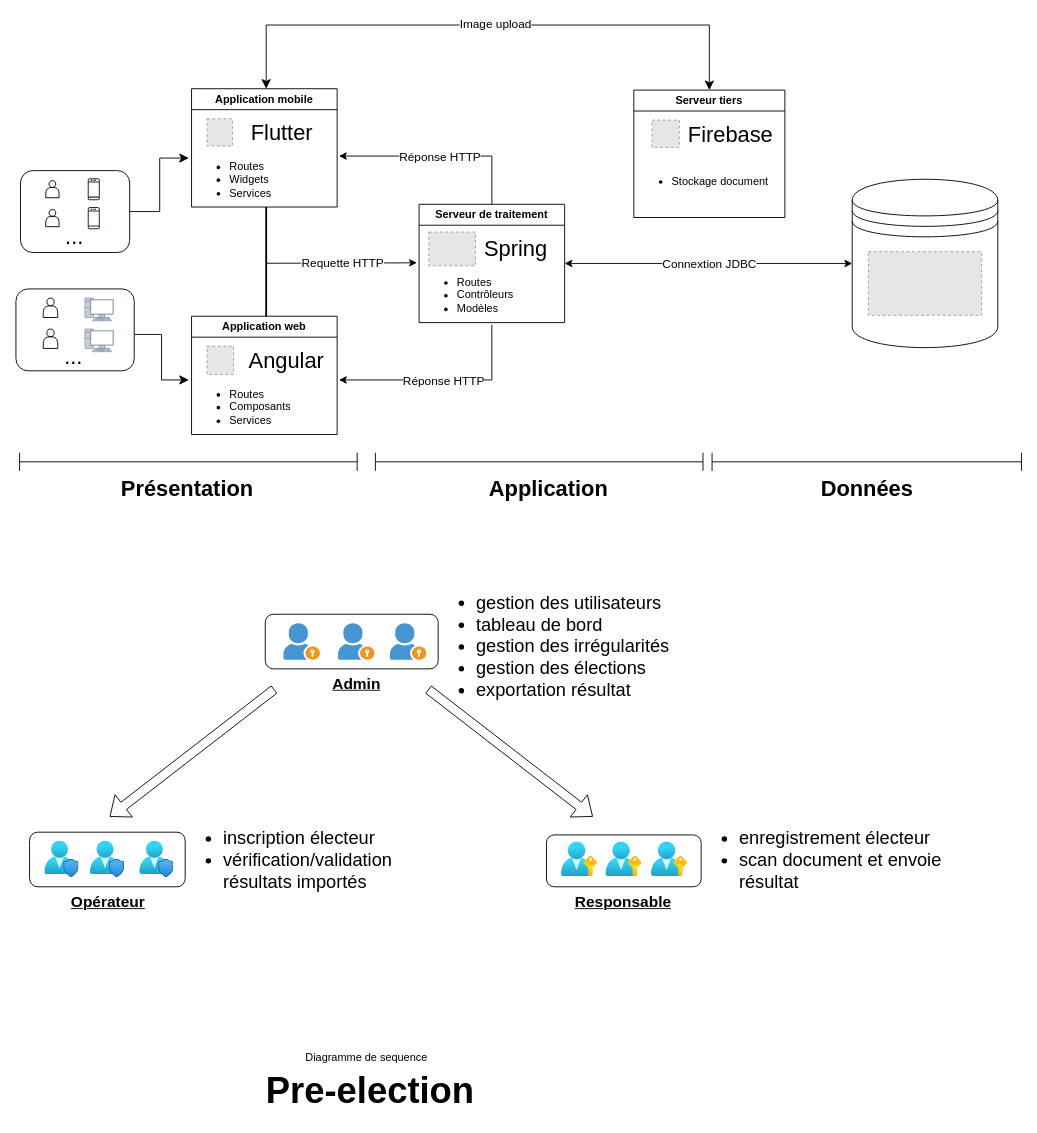
The draw.io diagram Architecture.drawio in w41k4z/vote-sync, before the edit. Source tidied: cells renumbered, new cells numbered last; positions are measured from the earlier drawing's top-left corner, leaving out a move shared by most shapes. Both pictures are drawn from the tidied source at 91%, with x=0, y=0 at pixel (15, 25). Pictures stored in the file or linked from it are replaced by grey dashed boxes.
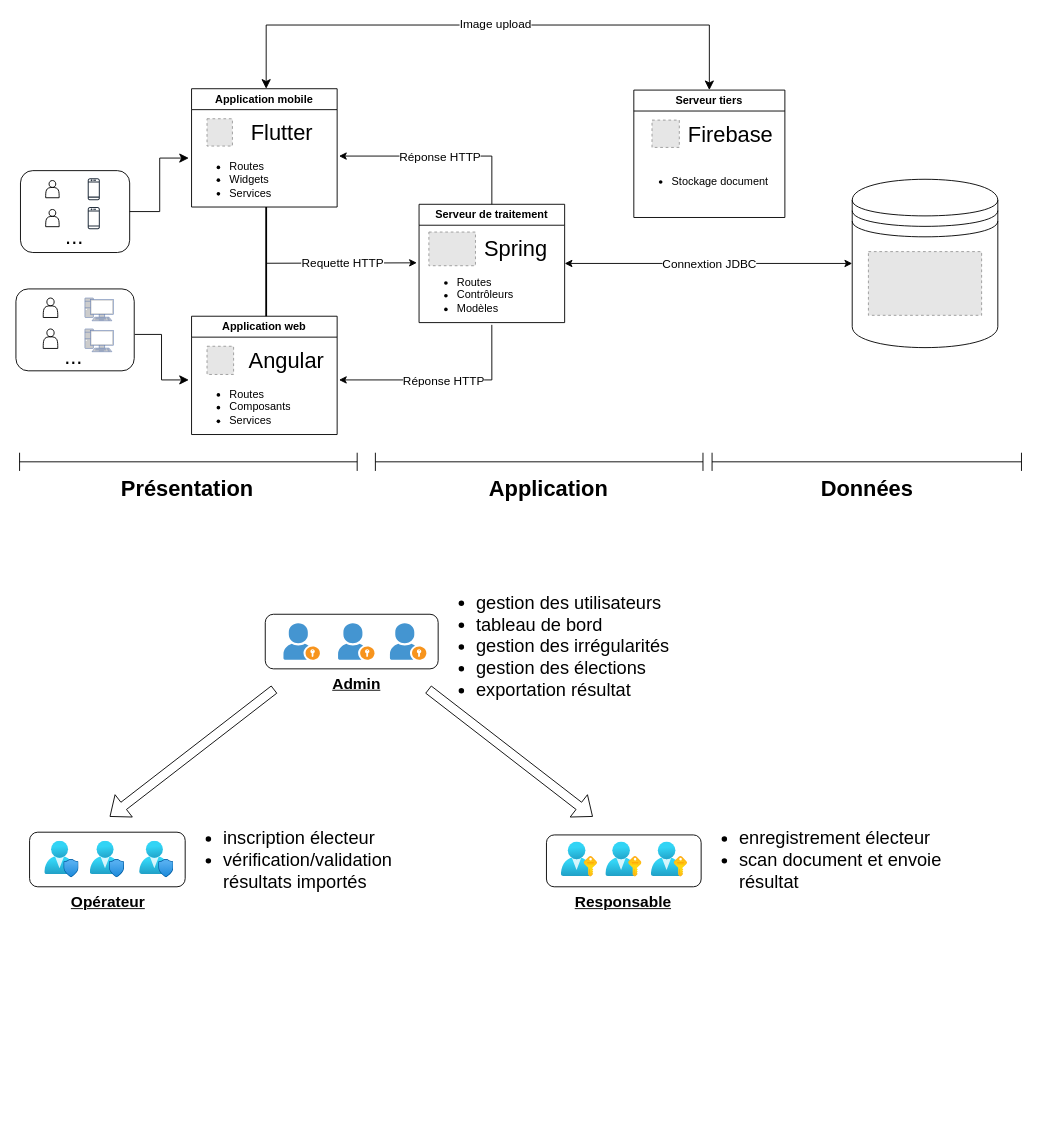
Above is the later version.

The edit, as a diff of the source:
```diff
@@
-    <mxCell id="85" value="&lt;font style=&quot;font-size: 40px;&quot;&gt;&lt;b&gt;Pre-election&lt;/b&gt;&lt;/font&gt;" style="text;html=1;align=center;verticalAlign=middle;strokeColor=none;fillColor=none;" parent="1" vertex="1">
-      <mxGeometry x="264" y="1140" width="250" height="60" as="geometry" />
-    </mxCell>
-    <mxCell id="86" value="Diagramme de sequence" style="text;html=1;align=center;verticalAlign=middle;strokeColor=none;fillColor=none;" parent="1" vertex="1">
-      <mxGeometry x="305" y="1120" width="160" height="30" as="geometry" />
-    </mxCell>
```
